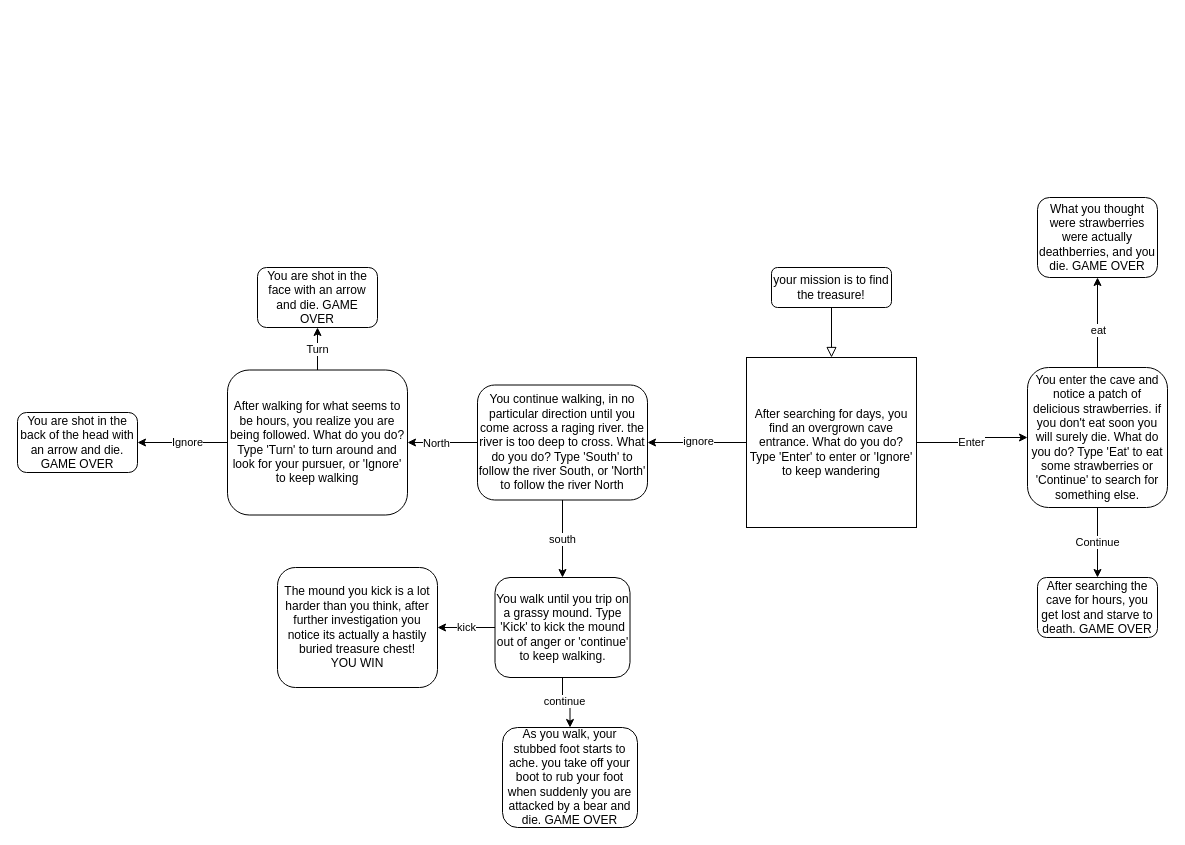
This is Untitled Diagram.drawio from tylersojka/100-Days_of_code, a draw.io file, before an edit. Source tidied: cells renumbered, new cells numbered last; positions are measured from the earlier drawing's top-left corner, leaving out a move shared by most shapes. Both pictures are drawn from the tidied source at 100%, with x=0, y=0 at pixel (17, 197).
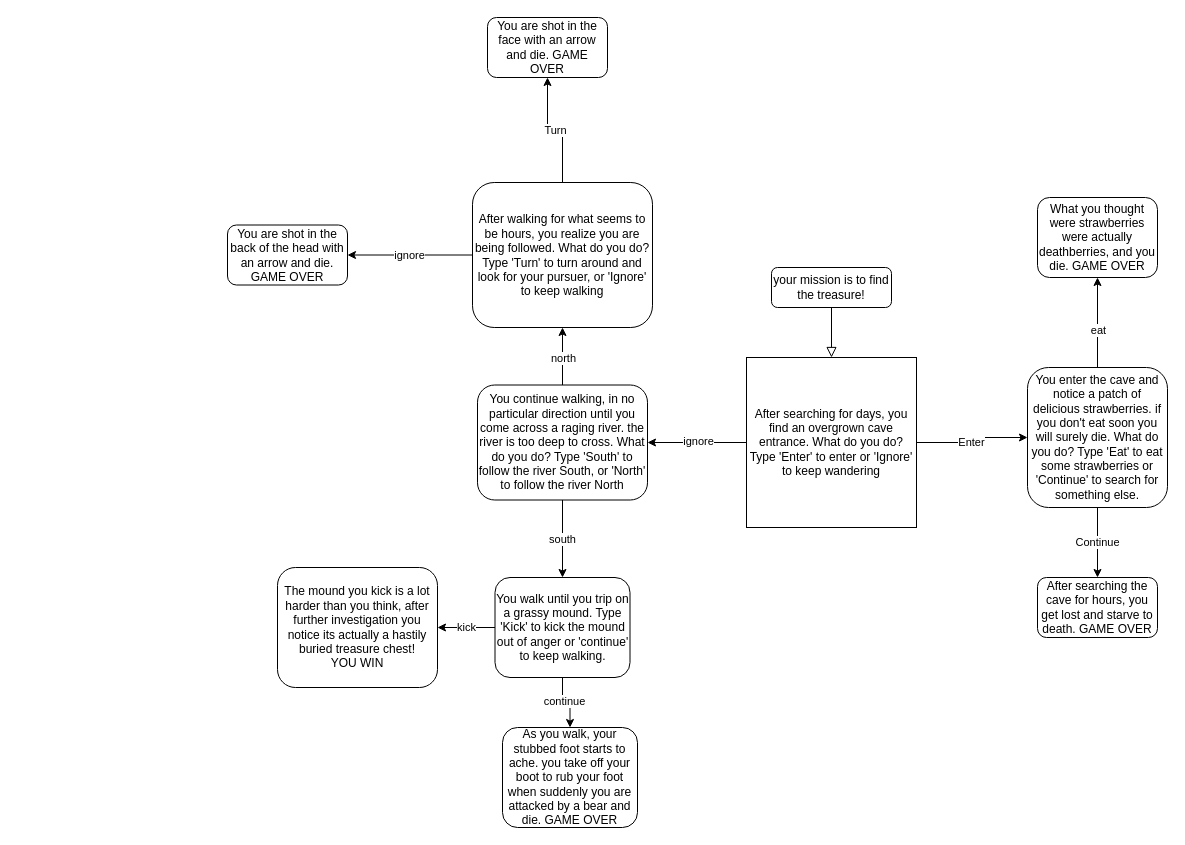
Above is the later version.

The change refers to these unchanged cells:
```xml
<mxCell id="11" value="You continue walking, in no particular direction until you come across a raging river. the river is too deep to cross. What do you do? Type 'South' to follow the river South, or 'North' to follow the river North" style="rounded=1;whiteSpace=wrap;html=1;" parent="1" vertex="1">
  <mxGeometry x="460" y="187.5" width="170" height="115" as="geometry" />
</mxCell>
<mxCell id="26" value="You walk until you trip on a grassy mound. Type 'Kick' to kick the mound out of anger or 'continue' to keep walking." style="rounded=1;whiteSpace=wrap;html=1;" parent="1" vertex="1">
  <mxGeometry x="477.5" y="380" width="135" height="100" as="geometry" />
</mxCell>
```

The edit, as a diff of the source:
```diff
@@
+    <mxCell id="10" value="south" style="edgeStyle=orthogonalEdgeStyle;rounded=0;jettySize=auto;html=1;exitX=0.5;exitY=1;exitDx=0;exitDy=0;entryX=0.5;entryY=0;entryDx=0;entryDy=0;" parent="1" edge="1" source="11" target="26">
+      <mxGeometry relative="1" as="geometry" />
+    </mxCell>
-    <mxCell id="8" style="edgeStyle=orthogonalEdgeStyle;rounded=0;jettySize=auto;html=1;exitX=0;exitY=0.5;exitDx=0;exitDy=0;entryX=1;entryY=0.5;entryDx=0;entryDy=0;" parent="1" edge="1" source="11" target="20">
+    <mxCell id="8" style="edgeStyle=orthogonalEdgeStyle;rounded=0;jettySize=auto;html=1;exitX=0.5;exitY=0;exitDx=0;exitDy=0;entryX=0.5;entryY=1;entryDx=0;entryDy=0;" parent="1" edge="1" source="11" target="20">
       <mxGeometry relative="1" as="geometry" />
     </mxCell>
-    <mxCell id="9" value="North" style="edgeLabel;html=1;align=center;verticalAlign=middle;" parent="8" vertex="1">
-      <mxGeometry x="0.23" relative="1" as="geometry">
-        <mxPoint x="1" as="offset" />
-      </mxGeometry>
-    </mxCell>
-    <mxCell id="10" value="south" style="edgeStyle=orthogonalEdgeStyle;rounded=0;jettySize=auto;html=1;exitX=0.5;exitY=1;exitDx=0;exitDy=0;entryX=0.5;entryY=0;entryDx=0;entryDy=0;" parent="1" edge="1" source="11" target="26">
-      <mxGeometry relative="1" as="geometry" />
-    </mxCell>
+    <mxCell id="31" value="north" style="edgeLabel;html=1;align=center;verticalAlign=middle;" parent="8" vertex="1">
+      <mxGeometry x="-0.04" relative="1" as="geometry">
+        <mxPoint y="1" as="offset" />
+      </mxGeometry>
+    </mxCell>
@@
-    <mxCell id="18" style="edgeStyle=orthogonalEdgeStyle;rounded=0;jettySize=auto;html=1;exitX=0;exitY=0.5;exitDx=0;exitDy=0;" parent="1" edge="1" source="20">
-      <mxGeometry relative="1" as="geometry">
-        <mxPoint x="120" y="245" as="targetPoint" />
-      </mxGeometry>
-    </mxCell>
-    <mxCell id="19" value="Ignore" style="edgeLabel;html=1;align=center;verticalAlign=middle;" parent="18" vertex="1">
-      <mxGeometry x="-0.09" y="-1" relative="1" as="geometry" />
-    </mxCell>
+    <mxCell id="32" value="ignore" style="edgeStyle=orthogonalEdgeStyle;rounded=0;jettySize=auto;html=1;exitX=0;exitY=0.5;exitDx=0;exitDy=0;entryX=1;entryY=0.5;entryDx=0;entryDy=0;" parent="1" edge="1" source="20" target="22">
+      <mxGeometry relative="1" as="geometry" />
+    </mxCell>
     <mxCell id="20" value="After walking for what seems to be hours, you realize you are being followed. What do you do? Type 'Turn' to turn around and look for your pursuer, or 'Ignore' to keep walking" style="rounded=1;whiteSpace=wrap;html=1;" parent="1" vertex="1">
-      <mxGeometry x="210" y="172.5" width="180" height="145" as="geometry" />
+      <mxGeometry x="455" y="-15" width="180" height="145" as="geometry" />
     </mxCell>
     <mxCell id="21" value="You are shot in the face with an arrow and die. GAME OVER" style="rounded=1;whiteSpace=wrap;html=1;" parent="1" vertex="1">
-      <mxGeometry x="240" y="70" width="120" height="60" as="geometry" />
+      <mxGeometry x="470" y="-180" width="120" height="60" as="geometry" />
     </mxCell>
     <mxCell id="22" value="You are shot in the back of the head with an arrow and die. GAME OVER" style="rounded=1;whiteSpace=wrap;html=1;" parent="1" vertex="1">
-      <mxGeometry y="215" width="120" height="60" as="geometry" />
+      <mxGeometry x="210" y="27.5" width="120" height="60" as="geometry" />
     </mxCell>
```
